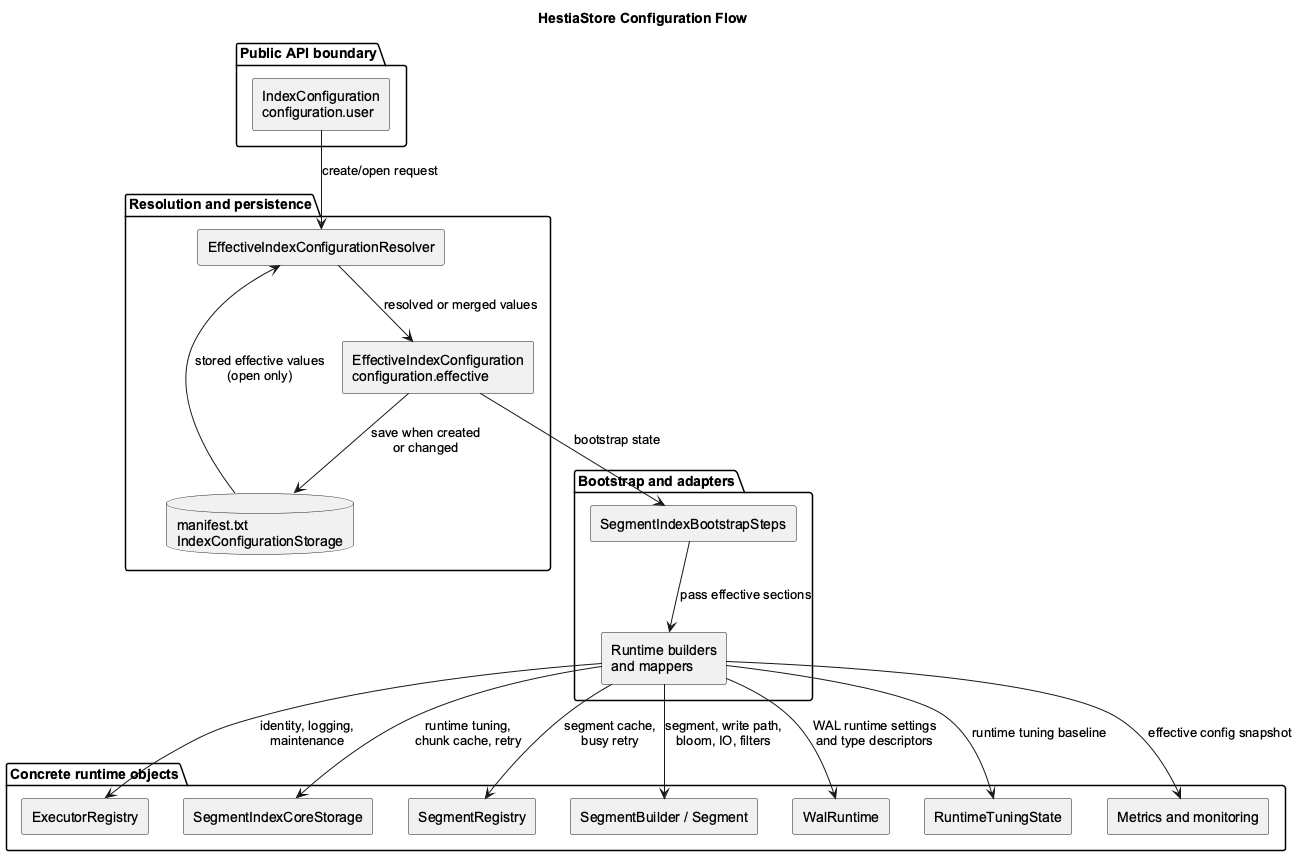
The PlantUML diagram docs/development/images/configuration-flow.png in jajir/HestiaStore, before a commit. Its diagram source:
```plantuml
@startuml
skinparam backgroundColor #FFFFFF
skinparam shadowing false
skinparam componentStyle rectangle
skinparam defaultFontName Arial
skinparam packageTitleAlignment left

title HestiaStore Configuration Flow

package "Public API boundary" {
  [IndexConfiguration\nconfiguration.user] as UserConfiguration
}

package "Resolution and persistence" {
  [EffectiveIndexConfigurationResolver] as Resolver
  [EffectiveIndexConfiguration\nconfiguration.effective] as EffectiveConfiguration
  database "manifest.txt\nIndexConfigurationStorage" as PersistentConfiguration
}

package "Bootstrap and adapters" {
  [SegmentIndexBootstrapSteps] as Bootstrap
  [Runtime builders\nand mappers] as RuntimeBuilders
}

package "Concrete runtime objects" {
  [ExecutorRegistry] as ExecutorRegistry
  [SegmentIndexCoreStorage] as CoreStorage
  [SegmentRegistry] as SegmentRegistry
  [SegmentBuilder / Segment] as Segment
  [WalRuntime] as WalRuntime
  [RuntimeTuningState] as RuntimeTuning
  [Metrics and monitoring] as Metrics
}

UserConfiguration --> Resolver : create/open request
PersistentConfiguration --> Resolver : stored effective values\n(open only)
Resolver --> EffectiveConfiguration : resolved or merged values
EffectiveConfiguration --> PersistentConfiguration : save when created\nor changed

EffectiveConfiguration --> Bootstrap : bootstrap state
Bootstrap --> RuntimeBuilders : pass effective sections

RuntimeBuilders --> ExecutorRegistry : identity, logging,\nmaintenance
RuntimeBuilders --> CoreStorage : runtime tuning,\nchunk cache, retry
RuntimeBuilders --> SegmentRegistry : segment cache,\nbusy retry
RuntimeBuilders --> Segment : segment, write path,\nbloom, IO, filters
RuntimeBuilders --> WalRuntime : WAL runtime settings\nand type descriptors
RuntimeBuilders --> RuntimeTuning : runtime tuning baseline
RuntimeBuilders --> Metrics : effective config snapshot
@enduml
```
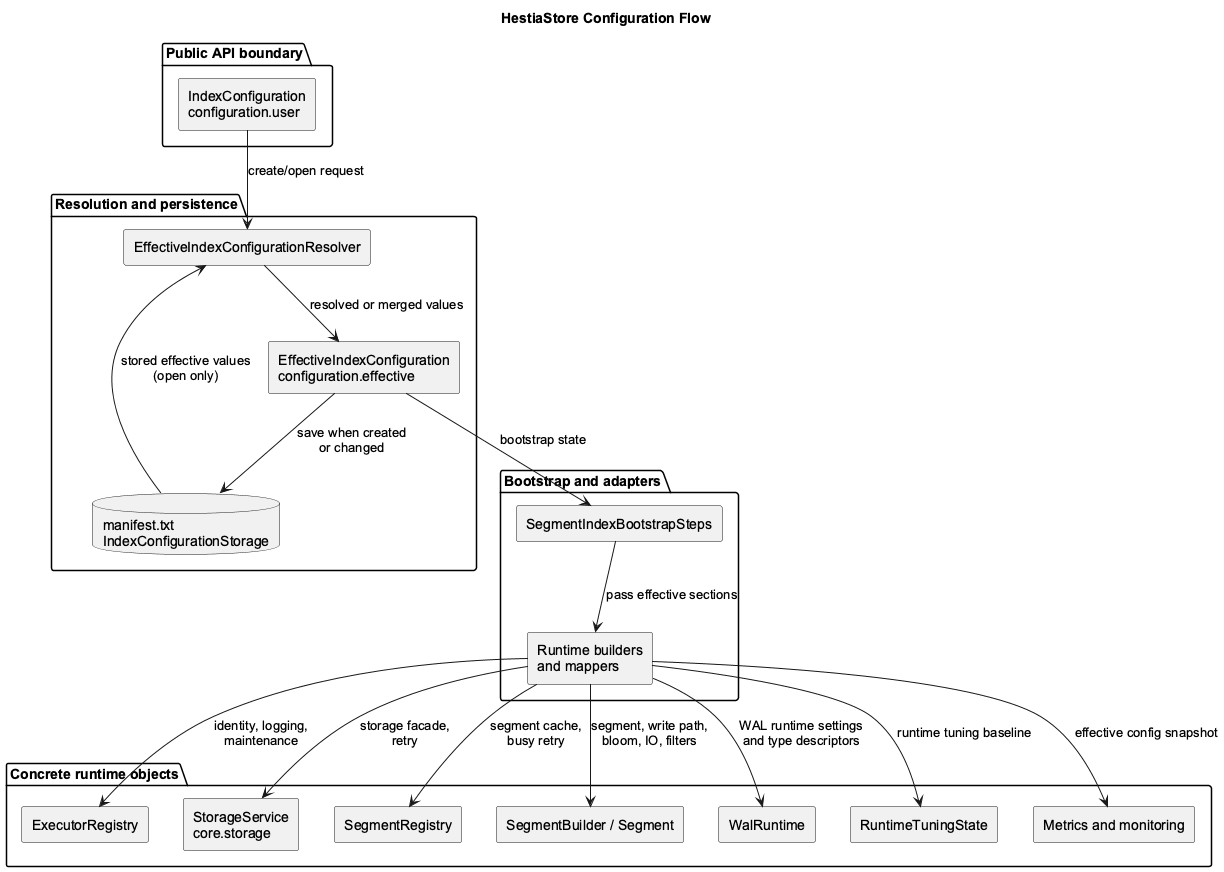
After the commit.

The edit, as a diff of the source:
```diff
@@ -24,7 +24,7 @@
 
 package "Concrete runtime objects" {
   [ExecutorRegistry] as ExecutorRegistry
-  [SegmentIndexCoreStorage] as CoreStorage
+  [StorageService\ncore.storage] as CoreStorage
   [SegmentRegistry] as SegmentRegistry
   [SegmentBuilder / Segment] as Segment
   [WalRuntime] as WalRuntime
@@ -41,7 +41,7 @@
 Bootstrap --> RuntimeBuilders : pass effective sections
 
 RuntimeBuilders --> ExecutorRegistry : identity, logging,\nmaintenance
-RuntimeBuilders --> CoreStorage : runtime tuning,\nchunk cache, retry
+RuntimeBuilders --> CoreStorage : storage facade,\nretry
 RuntimeBuilders --> SegmentRegistry : segment cache,\nbusy retry
 RuntimeBuilders --> Segment : segment, write path,\nbloom, IO, filters
 RuntimeBuilders --> WalRuntime : WAL runtime settings\nand type descriptors
```
